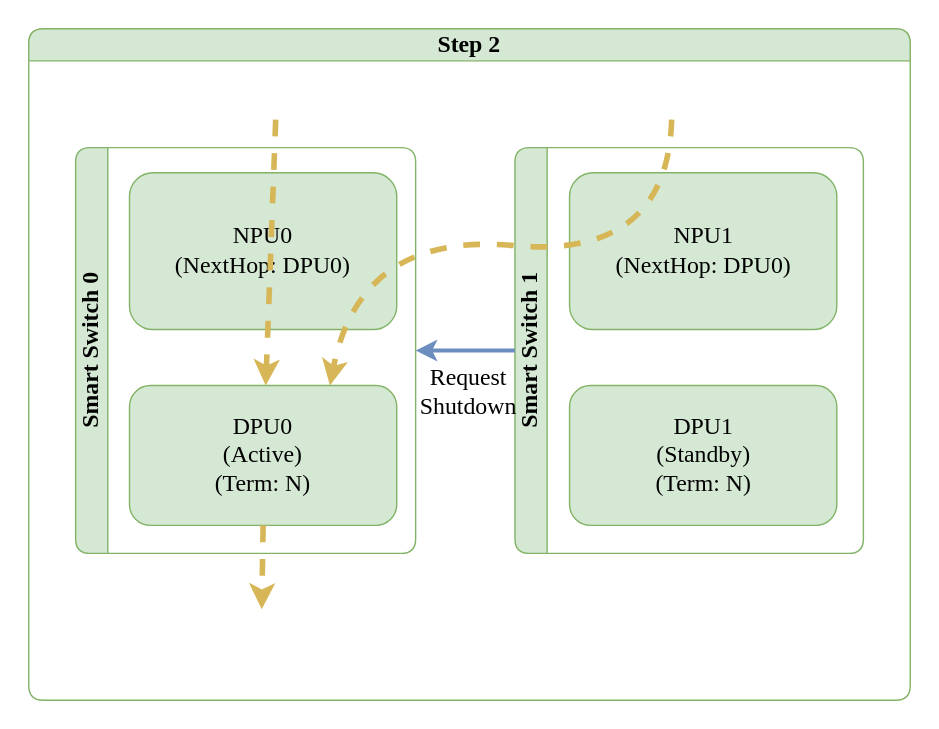
Above: doc/smart-switch/high-availability/images/ha-planned-events-shutdown-step-2.svg in sonic-net/SONiC (draw.io), before the change. Source tidied: cells renumbered, new cells last; positions are measured from the earlier drawing's top-left corner, leaving out a move shared by most shapes. The source it was exported from:
```xml
<mxGraphModel>
  <root>
    <mxCell id="0" />
    <mxCell id="1" parent="0" />
    <mxCell id="2" value="Step 2" style="swimlane;horizontal=1;whiteSpace=wrap;html=1;rounded=1;labelBorderColor=none;strokeColor=#82b366;fontFamily=Consolas;fontSize=17;startSize=23;fillColor=#d5e8d4;swimlaneFillColor=#FFFFFF;" parent="1" vertex="1">
      <mxGeometry width="630" height="480" as="geometry" />
    </mxCell>
    <mxCell id="3" value="Smart Switch 0" style="swimlane;horizontal=0;whiteSpace=wrap;html=1;rounded=1;labelBorderColor=none;strokeColor=#82b366;fontFamily=Consolas;fontSize=17;startSize=23;fillColor=#d5e8d4;swimlaneFillColor=#FFFFFF;" parent="2" vertex="1">
      <mxGeometry x="33.5" y="85" width="243" height="290" as="geometry" />
    </mxCell>
    <mxCell id="4" value="NPU0&lt;br style=&quot;font-size: 17px;&quot;&gt;(NextHop: DPU0)" style="rounded=1;whiteSpace=wrap;html=1;strokeColor=#82b366;fontFamily=Consolas;fontSize=17;startSize=23;fillColor=#d5e8d4;" parent="3" vertex="1">
      <mxGeometry x="38.5" y="18" width="191" height="112" as="geometry" />
    </mxCell>
    <mxCell id="5" value="DPU0&lt;br style=&quot;border-color: var(--border-color); font-size: 17px;&quot;&gt;(Active)&lt;br style=&quot;border-color: var(--border-color); font-size: 17px;&quot;&gt;(Term: N)" style="rounded=1;whiteSpace=wrap;html=1;strokeColor=#82b366;fontFamily=Consolas;fontSize=17;startSize=23;fillColor=#d5e8d4;" parent="3" vertex="1">
      <mxGeometry x="38.5" y="170" width="191" height="100" as="geometry" />
    </mxCell>
    <mxCell id="6" value="Smart Switch 1" style="swimlane;horizontal=0;whiteSpace=wrap;html=1;rounded=1;labelBorderColor=none;strokeColor=#82b366;fontFamily=Consolas;fontSize=17;startSize=23;fillColor=#d5e8d4;swimlaneFillColor=#FFFFFF;" parent="2" vertex="1">
      <mxGeometry x="347.5" y="85" width="249" height="290" as="geometry" />
    </mxCell>
    <mxCell id="7" value="NPU1&lt;br style=&quot;font-size: 17px;&quot;&gt;(NextHop: DPU0)" style="rounded=1;whiteSpace=wrap;html=1;strokeColor=#82b366;fontFamily=Consolas;fontSize=17;startSize=23;fillColor=#d5e8d4;" parent="6" vertex="1">
      <mxGeometry x="39" y="18" width="191" height="112" as="geometry" />
    </mxCell>
    <mxCell id="8" value="DPU1&lt;br style=&quot;border-color: var(--border-color); font-size: 17px;&quot;&gt;(Standby)&lt;br style=&quot;border-color: var(--border-color); font-size: 17px;&quot;&gt;(Term: N)" style="rounded=1;whiteSpace=wrap;html=1;strokeColor=#82b366;fontFamily=Consolas;fontSize=17;startSize=23;fillColor=#d5e8d4;" parent="6" vertex="1">
      <mxGeometry x="39" y="170" width="191" height="100" as="geometry" />
    </mxCell>
    <mxCell id="9" style="curved=1;endArrow=classic;html=1;rounded=0;fillColor=#fff2cc;strokeColor=#d6b656;strokeWidth=4;dashed=1;endFill=1;fontFamily=Consolas;fontSize=17;" parent="2" edge="1" target="5">
      <mxGeometry relative="1" as="geometry">
        <mxPoint x="176.5" y="65" as="sourcePoint" />
      </mxGeometry>
    </mxCell>
    <mxCell id="10" style="curved=1;endArrow=classic;html=1;rounded=0;entryX=0.75;entryY=0;entryDx=0;entryDy=0;fillColor=#fff2cc;strokeColor=#d6b656;strokeWidth=4;dashed=1;endFill=1;fontFamily=Consolas;fontSize=17;" parent="2" edge="1" target="5">
      <mxGeometry relative="1" as="geometry">
        <mxPoint x="459.5" y="65" as="sourcePoint" />
        <Array as="points">
          <mxPoint x="456.5" y="165" />
          <mxPoint x="236.5" y="145" />
        </Array>
      </mxGeometry>
    </mxCell>
    <mxCell id="11" style="endArrow=classic;html=1;rounded=0;fillColor=#fff2cc;strokeColor=#d6b656;strokeWidth=4;dashed=1;endFill=1;exitX=0.5;exitY=1;exitDx=0;exitDy=0;fontFamily=Consolas;fontSize=17;" parent="2" edge="1" source="5">
      <mxGeometry relative="1" as="geometry">
        <mxPoint x="166.5" y="415" as="targetPoint" />
      </mxGeometry>
    </mxCell>
    <mxCell id="12" value="Request&lt;br style=&quot;font-size: 17px;&quot;&gt;Shutdown" style="endArrow=none;startArrow=classic;html=1;rounded=0;exitX=1;exitY=0.5;exitDx=0;exitDy=0;entryX=0;entryY=0.5;entryDx=0;entryDy=0;fillColor=#dae8fc;strokeColor=#6c8ebf;strokeWidth=3;fontFamily=Consolas;fontSize=17;startFill=1;endFill=0;labelBackgroundColor=none;" parent="2" edge="1" source="3" target="6">
      <mxGeometry x="0.04" y="-30" relative="1" as="geometry" />
    </mxCell>
  </root>
</mxGraphModel>
```
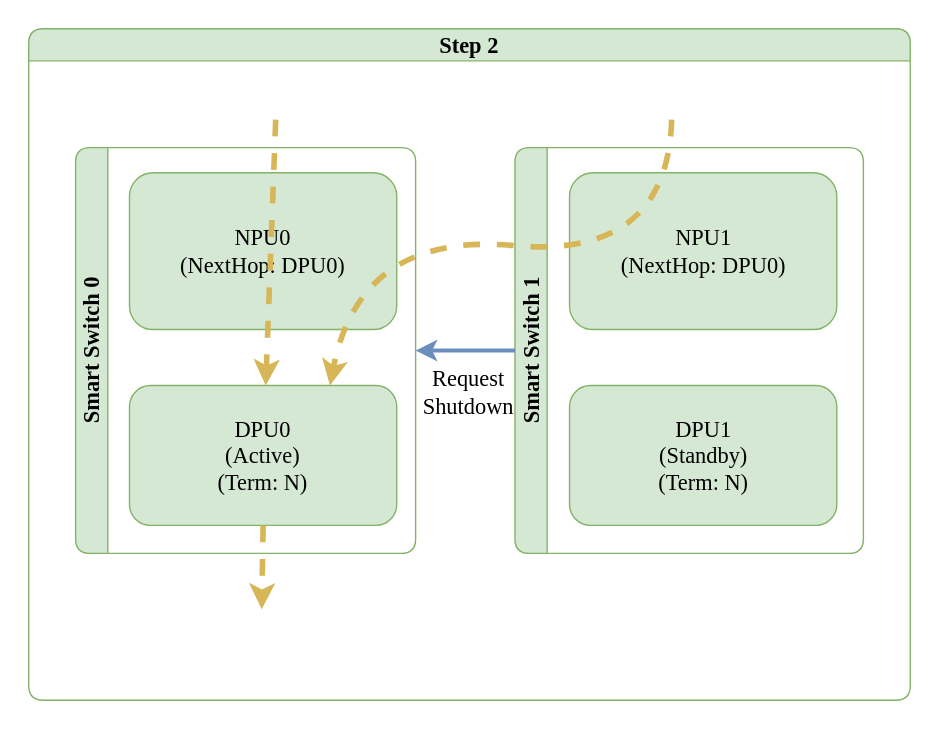
After the change.

What changed in the source:
```diff
@@ -2,33 +2,33 @@
   <root>
     <mxCell id="0" />
     <mxCell id="1" parent="0" />
-    <mxCell id="2" value="Step 2" style="swimlane;horizontal=1;whiteSpace=wrap;html=1;rounded=1;labelBorderColor=none;strokeColor=#82b366;fontFamily=Consolas;fontSize=17;startSize=23;fillColor=#d5e8d4;swimlaneFillColor=#FFFFFF;" parent="1" vertex="1">
+    <mxCell id="2" value="Step 2" style="swimlane;horizontal=1;whiteSpace=wrap;html=1;rounded=1;labelBorderColor=none;strokeColor=#82b366;fontFamily=Monaco;fontSize=16;startSize=23;fillColor=#d5e8d4;swimlaneFillColor=#FFFFFF;" parent="1" vertex="1">
       <mxGeometry width="630" height="480" as="geometry" />
     </mxCell>
-    <mxCell id="3" value="Smart Switch 0" style="swimlane;horizontal=0;whiteSpace=wrap;html=1;rounded=1;labelBorderColor=none;strokeColor=#82b366;fontFamily=Consolas;fontSize=17;startSize=23;fillColor=#d5e8d4;swimlaneFillColor=#FFFFFF;" parent="2" vertex="1">
+    <mxCell id="3" value="Smart Switch 0" style="swimlane;horizontal=0;whiteSpace=wrap;html=1;rounded=1;labelBorderColor=none;strokeColor=#82b366;fontFamily=Monaco;fontSize=16;startSize=23;fillColor=#d5e8d4;swimlaneFillColor=#FFFFFF;" parent="2" vertex="1">
       <mxGeometry x="33.5" y="85" width="243" height="290" as="geometry" />
     </mxCell>
-    <mxCell id="4" value="NPU0&lt;br style=&quot;font-size: 17px;&quot;&gt;(NextHop: DPU0)" style="rounded=1;whiteSpace=wrap;html=1;strokeColor=#82b366;fontFamily=Consolas;fontSize=17;startSize=23;fillColor=#d5e8d4;" parent="3" vertex="1">
+    <mxCell id="4" value="NPU0&lt;br style=&quot;font-size: 16px;&quot;&gt;(NextHop: DPU0)" style="rounded=1;whiteSpace=wrap;html=1;strokeColor=#82b366;fontFamily=Monaco;fontSize=16;startSize=23;fillColor=#d5e8d4;" parent="3" vertex="1">
       <mxGeometry x="38.5" y="18" width="191" height="112" as="geometry" />
     </mxCell>
-    <mxCell id="5" value="DPU0&lt;br style=&quot;border-color: var(--border-color); font-size: 17px;&quot;&gt;(Active)&lt;br style=&quot;border-color: var(--border-color); font-size: 17px;&quot;&gt;(Term: N)" style="rounded=1;whiteSpace=wrap;html=1;strokeColor=#82b366;fontFamily=Consolas;fontSize=17;startSize=23;fillColor=#d5e8d4;" parent="3" vertex="1">
+    <mxCell id="5" value="DPU0&lt;br style=&quot;border-color: var(--border-color); font-size: 16px;&quot;&gt;(Active)&lt;br style=&quot;border-color: var(--border-color); font-size: 16px;&quot;&gt;(Term: N)" style="rounded=1;whiteSpace=wrap;html=1;strokeColor=#82b366;fontFamily=Monaco;fontSize=16;startSize=23;fillColor=#d5e8d4;" parent="3" vertex="1">
       <mxGeometry x="38.5" y="170" width="191" height="100" as="geometry" />
     </mxCell>
-    <mxCell id="6" value="Smart Switch 1" style="swimlane;horizontal=0;whiteSpace=wrap;html=1;rounded=1;labelBorderColor=none;strokeColor=#82b366;fontFamily=Consolas;fontSize=17;startSize=23;fillColor=#d5e8d4;swimlaneFillColor=#FFFFFF;" parent="2" vertex="1">
+    <mxCell id="6" value="Smart Switch 1" style="swimlane;horizontal=0;whiteSpace=wrap;html=1;rounded=1;labelBorderColor=none;strokeColor=#82b366;fontFamily=Monaco;fontSize=16;startSize=23;fillColor=#d5e8d4;swimlaneFillColor=#FFFFFF;" parent="2" vertex="1">
       <mxGeometry x="347.5" y="85" width="249" height="290" as="geometry" />
     </mxCell>
-    <mxCell id="7" value="NPU1&lt;br style=&quot;font-size: 17px;&quot;&gt;(NextHop: DPU0)" style="rounded=1;whiteSpace=wrap;html=1;strokeColor=#82b366;fontFamily=Consolas;fontSize=17;startSize=23;fillColor=#d5e8d4;" parent="6" vertex="1">
+    <mxCell id="7" value="NPU1&lt;br style=&quot;font-size: 16px;&quot;&gt;(NextHop: DPU0)" style="rounded=1;whiteSpace=wrap;html=1;strokeColor=#82b366;fontFamily=Monaco;fontSize=16;startSize=23;fillColor=#d5e8d4;" parent="6" vertex="1">
       <mxGeometry x="39" y="18" width="191" height="112" as="geometry" />
     </mxCell>
-    <mxCell id="8" value="DPU1&lt;br style=&quot;border-color: var(--border-color); font-size: 17px;&quot;&gt;(Standby)&lt;br style=&quot;border-color: var(--border-color); font-size: 17px;&quot;&gt;(Term: N)" style="rounded=1;whiteSpace=wrap;html=1;strokeColor=#82b366;fontFamily=Consolas;fontSize=17;startSize=23;fillColor=#d5e8d4;" parent="6" vertex="1">
+    <mxCell id="8" value="DPU1&lt;br style=&quot;border-color: var(--border-color); font-size: 16px;&quot;&gt;(Standby)&lt;br style=&quot;border-color: var(--border-color); font-size: 16px;&quot;&gt;(Term: N)" style="rounded=1;whiteSpace=wrap;html=1;strokeColor=#82b366;fontFamily=Monaco;fontSize=16;startSize=23;fillColor=#d5e8d4;" parent="6" vertex="1">
       <mxGeometry x="39" y="170" width="191" height="100" as="geometry" />
     </mxCell>
-    <mxCell id="9" style="curved=1;endArrow=classic;html=1;rounded=0;fillColor=#fff2cc;strokeColor=#d6b656;strokeWidth=4;dashed=1;endFill=1;fontFamily=Consolas;fontSize=17;" parent="2" edge="1" target="5">
+    <mxCell id="9" style="curved=1;endArrow=classic;html=1;rounded=0;fillColor=#fff2cc;strokeColor=#d6b656;strokeWidth=4;dashed=1;endFill=1;fontFamily=Monaco;fontSize=16;" parent="2" edge="1" target="5">
       <mxGeometry relative="1" as="geometry">
         <mxPoint x="176.5" y="65" as="sourcePoint" />
       </mxGeometry>
     </mxCell>
-    <mxCell id="10" style="curved=1;endArrow=classic;html=1;rounded=0;entryX=0.75;entryY=0;entryDx=0;entryDy=0;fillColor=#fff2cc;strokeColor=#d6b656;strokeWidth=4;dashed=1;endFill=1;fontFamily=Consolas;fontSize=17;" parent="2" edge="1" target="5">
+    <mxCell id="10" style="curved=1;endArrow=classic;html=1;rounded=0;entryX=0.75;entryY=0;entryDx=0;entryDy=0;fillColor=#fff2cc;strokeColor=#d6b656;strokeWidth=4;dashed=1;endFill=1;fontFamily=Monaco;fontSize=16;" parent="2" edge="1" target="5">
       <mxGeometry relative="1" as="geometry">
         <mxPoint x="459.5" y="65" as="sourcePoint" />
         <Array as="points">
@@ -37,12 +37,12 @@
         </Array>
       </mxGeometry>
     </mxCell>
-    <mxCell id="11" style="endArrow=classic;html=1;rounded=0;fillColor=#fff2cc;strokeColor=#d6b656;strokeWidth=4;dashed=1;endFill=1;exitX=0.5;exitY=1;exitDx=0;exitDy=0;fontFamily=Consolas;fontSize=17;" parent="2" edge="1" source="5">
+    <mxCell id="11" style="endArrow=classic;html=1;rounded=0;fillColor=#fff2cc;strokeColor=#d6b656;strokeWidth=4;dashed=1;endFill=1;exitX=0.5;exitY=1;exitDx=0;exitDy=0;fontFamily=Monaco;fontSize=16;" parent="2" edge="1" source="5">
       <mxGeometry relative="1" as="geometry">
         <mxPoint x="166.5" y="415" as="targetPoint" />
       </mxGeometry>
     </mxCell>
-    <mxCell id="12" value="Request&lt;br style=&quot;font-size: 17px;&quot;&gt;Shutdown" style="endArrow=none;startArrow=classic;html=1;rounded=0;exitX=1;exitY=0.5;exitDx=0;exitDy=0;entryX=0;entryY=0.5;entryDx=0;entryDy=0;fillColor=#dae8fc;strokeColor=#6c8ebf;strokeWidth=3;fontFamily=Consolas;fontSize=17;startFill=1;endFill=0;labelBackgroundColor=none;" parent="2" edge="1" source="3" target="6">
+    <mxCell id="12" value="Request&lt;br style=&quot;font-size: 16px;&quot;&gt;Shutdown" style="endArrow=none;startArrow=classic;html=1;rounded=0;exitX=1;exitY=0.5;exitDx=0;exitDy=0;entryX=0;entryY=0.5;entryDx=0;entryDy=0;fillColor=#dae8fc;strokeColor=#6c8ebf;strokeWidth=3;fontFamily=Monaco;fontSize=16;startFill=1;endFill=0;labelBackgroundColor=none;" parent="2" edge="1" source="3" target="6">
       <mxGeometry x="0.04" y="-30" relative="1" as="geometry" />
     </mxCell>
   </root>
```
